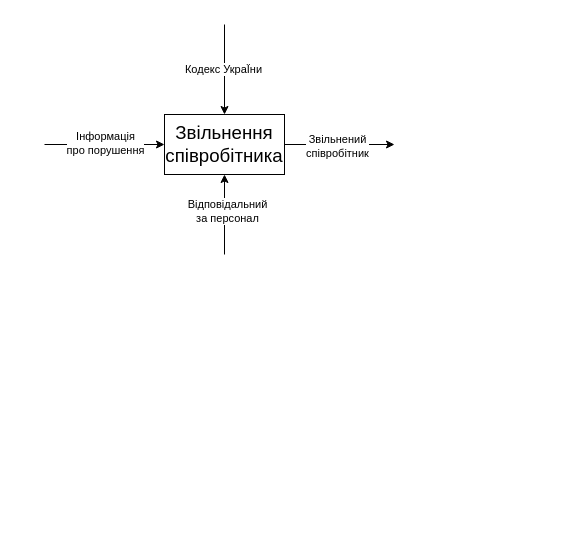
Earlier version of the draw.io diagram Practic_7.drawio (yelyzaveta-sa/lesson). Source tidied: cells renumbered, new cells numbered last; positions are measured from the earlier drawing's top-left corner, leaving out a move shared by most shapes. Both pictures are drawn from the tidied source at 100%, with x=0, y=0 at pixel (44, 24).
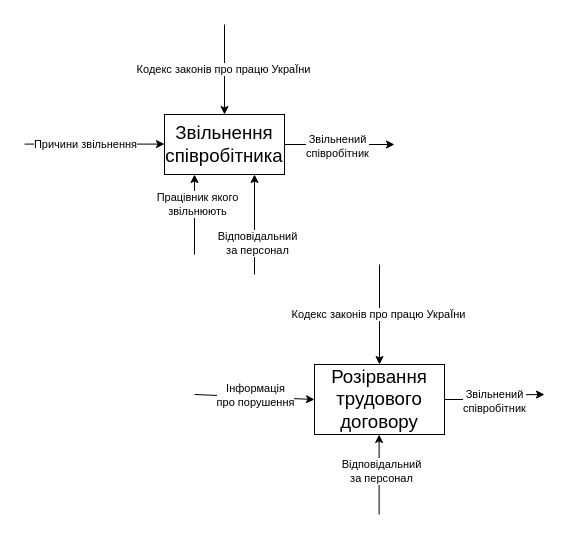
The same diagram, later.

The change refers to these unchanged cells:
```xml
<mxCell id="4" value="&lt;span style=&quot;font-size:14.0pt;line-height:&lt;br/&gt;107%;font-family:&amp;quot;Calibri&amp;quot;,sans-serif;mso-ascii-theme-font:minor-latin;&lt;br/&gt;mso-fareast-font-family:Calibri;mso-fareast-theme-font:minor-latin;mso-hansi-theme-font:&lt;br/&gt;minor-latin;mso-bidi-font-family:&amp;quot;Times New Roman&amp;quot;;mso-bidi-theme-font:minor-bidi;&lt;br/&gt;mso-ansi-language:UK;mso-fareast-language:EN-US;mso-bidi-language:AR-SA&quot; lang=&quot;UK&quot;&gt;Звільнення&lt;br/&gt;співробітника&lt;/span&gt;" style="rounded=0;whiteSpace=wrap;html=1;" parent="1" vertex="1">
  <mxGeometry x="120" y="90" width="120" height="60" as="geometry" />
</mxCell>
<mxCell id="5" style="endArrow=classic;html=1;rounded=0;entryX=0.5;entryY=0;entryDx=0;entryDy=0;" parent="1" edge="1" target="4">
  <mxGeometry relative="1" as="geometry">
    <mxPoint x="180" as="sourcePoint" />
  </mxGeometry>
</mxCell>
```

Change to the diagram source:
```diff
@@
-    <mxCell id="6" value="Кодекс УкраЇни" style="edgeLabel;html=1;align=center;verticalAlign=middle;" parent="5" vertex="1">
+    <mxCell id="6" value="Кодекс законів про працю УкраЇни" style="edgeLabel;html=1;align=center;verticalAlign=middle;" parent="5" vertex="1">
       <mxGeometry x="-0.02" y="-2" relative="1" as="geometry" />
     </mxCell>
-    <mxCell id="7" style="endArrow=classic;html=1;rounded=0;entryX=0;entryY=0.5;entryDx=0;entryDy=0;" parent="1" edge="1" target="4">
+    <mxCell id="7" style="endArrow=classic;html=1;rounded=0;entryX=0;entryY=0.5;entryDx=0;entryDy=0;" parent="1" edge="1">
       <mxGeometry relative="1" as="geometry">
-        <mxPoint y="120" as="sourcePoint" />
+        <mxPoint x="-20" y="119.6" as="sourcePoint" />
+        <mxPoint x="120" y="119.6" as="targetPoint" />
       </mxGeometry>
     </mxCell>
-    <mxCell id="8" value="Інформація&lt;div&gt;про порушення&lt;/div&gt;" style="edgeLabel;html=1;align=center;verticalAlign=middle;" parent="7" vertex="1">
-      <mxGeometry y="2" relative="1" as="geometry" />
+    <mxCell id="8" value="Причини звільнення" style="edgeLabel;html=1;align=center;verticalAlign=middle;" parent="7" vertex="1">
+      <mxGeometry y="2" relative="1" as="geometry">
+        <mxPoint x="-10" y="2" as="offset" />
+      </mxGeometry>
     </mxCell>
     <mxCell id="9" style="endArrow=classic;html=1;rounded=0;" parent="1" edge="1">
       <mxGeometry relative="1" as="geometry">
-        <mxPoint x="180" y="230" as="sourcePoint" />
-        <mxPoint x="180" y="150" as="targetPoint" />
+        <mxPoint x="210" y="250" as="sourcePoint" />
+        <mxPoint x="210" y="150" as="targetPoint" />
       </mxGeometry>
     </mxCell>
     <mxCell id="10" value="Відповідальний&lt;div&gt;за персонал&lt;/div&gt;" style="edgeLabel;html=1;align=center;verticalAlign=middle;" parent="9" vertex="1">
-      <mxGeometry x="0.09" y="-2" relative="1" as="geometry" />
+      <mxGeometry x="0.09" y="-2" relative="1" as="geometry">
+        <mxPoint y="23" as="offset" />
+      </mxGeometry>
     </mxCell>
+    <mxCell id="11" style="edgeStyle=orthogonalEdgeStyle;rounded=0;jettySize=auto;html=1;" parent="1" edge="1" source="13">
+      <mxGeometry relative="1" as="geometry">
+        <mxPoint x="500" y="370" as="targetPoint" />
+      </mxGeometry>
+    </mxCell>
+    <mxCell id="12" value="Звільнений&lt;div&gt;співробітник&lt;/div&gt;" style="edgeLabel;html=1;align=center;verticalAlign=middle;" parent="11" vertex="1">
+      <mxGeometry x="-0.06" y="-1" relative="1" as="geometry" />
+    </mxCell>
+    <mxCell id="13" value="&lt;font face=&quot;Calibri, sans-serif&quot;&gt;&lt;span style=&quot;font-size: 18.6667px;&quot;&gt;Розірвання трудового договору&lt;/span&gt;&lt;/font&gt;" style="rounded=0;whiteSpace=wrap;html=1;" parent="1" vertex="1">
+      <mxGeometry x="270" y="340" width="130" height="70" as="geometry" />
+    </mxCell>
+    <mxCell id="14" style="endArrow=classic;html=1;rounded=0;entryX=0.5;entryY=0;entryDx=0;entryDy=0;" parent="1" edge="1" target="13">
+      <mxGeometry relative="1" as="geometry">
+        <mxPoint x="335" y="240" as="sourcePoint" />
+      </mxGeometry>
+    </mxCell>
+    <mxCell id="15" value="Кодекс законів про працю УкраЇни" style="edgeLabel;html=1;align=center;verticalAlign=middle;" parent="14" vertex="1">
+      <mxGeometry x="-0.02" y="-2" relative="1" as="geometry" />
+    </mxCell>
+    <mxCell id="16" style="endArrow=classic;html=1;rounded=0;entryX=0;entryY=0.5;entryDx=0;entryDy=0;" parent="1" edge="1" target="13">
+      <mxGeometry relative="1" as="geometry">
+        <mxPoint x="150" y="370" as="sourcePoint" />
+      </mxGeometry>
+    </mxCell>
+    <mxCell id="17" value="Інформація&lt;div&gt;про порушення&lt;/div&gt;" style="edgeLabel;html=1;align=center;verticalAlign=middle;" parent="16" vertex="1">
+      <mxGeometry y="2" relative="1" as="geometry" />
+    </mxCell>
+    <mxCell id="18" style="endArrow=classic;html=1;rounded=0;" parent="1" edge="1">
+      <mxGeometry relative="1" as="geometry">
+        <mxPoint x="334.6" y="490" as="sourcePoint" />
+        <mxPoint x="334.6" y="410" as="targetPoint" />
+      </mxGeometry>
+    </mxCell>
+    <mxCell id="19" value="Відповідальний&lt;div&gt;за персонал&lt;/div&gt;" style="edgeLabel;html=1;align=center;verticalAlign=middle;" parent="18" vertex="1">
+      <mxGeometry x="0.09" y="-2" relative="1" as="geometry" />
+    </mxCell>
+    <mxCell id="20" style="endArrow=classic;html=1;rounded=0;entryX=0.25;entryY=1;entryDx=0;entryDy=0;" parent="1" edge="1" target="4">
+      <mxGeometry relative="1" as="geometry">
+        <mxPoint x="150" y="230" as="sourcePoint" />
+      </mxGeometry>
+    </mxCell>
+    <mxCell id="21" value="Працівник якого&lt;div&gt;звільнюють&lt;/div&gt;" style="edgeLabel;html=1;align=center;verticalAlign=middle;" parent="20" vertex="1">
+      <mxGeometry x="0.09" y="-2" relative="1" as="geometry">
+        <mxPoint y="-7" as="offset" />
+      </mxGeometry>
+    </mxCell>
```
